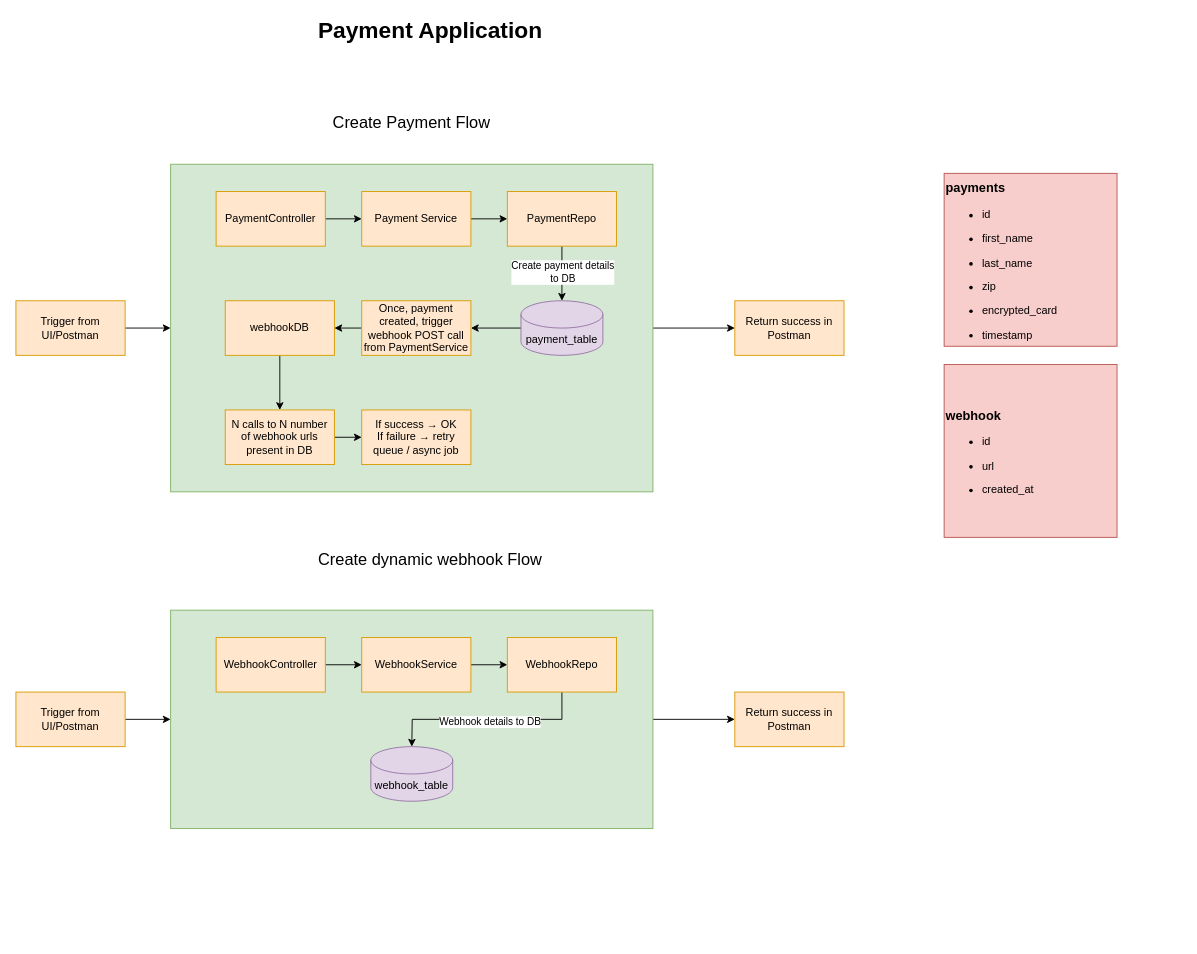
Above: Payment_Application_EzyCollect.drawio in PRIYADHARSHINI1911/Payment_Application (draw.io), before the change. Source tidied: cells renumbered, new cells numbered last; positions are measured from the earlier drawing's top-left corner, leaving out a move shared by most shapes. Both pictures are drawn from the tidied source at 91%, with x=0, y=0 at pixel (15, 15).
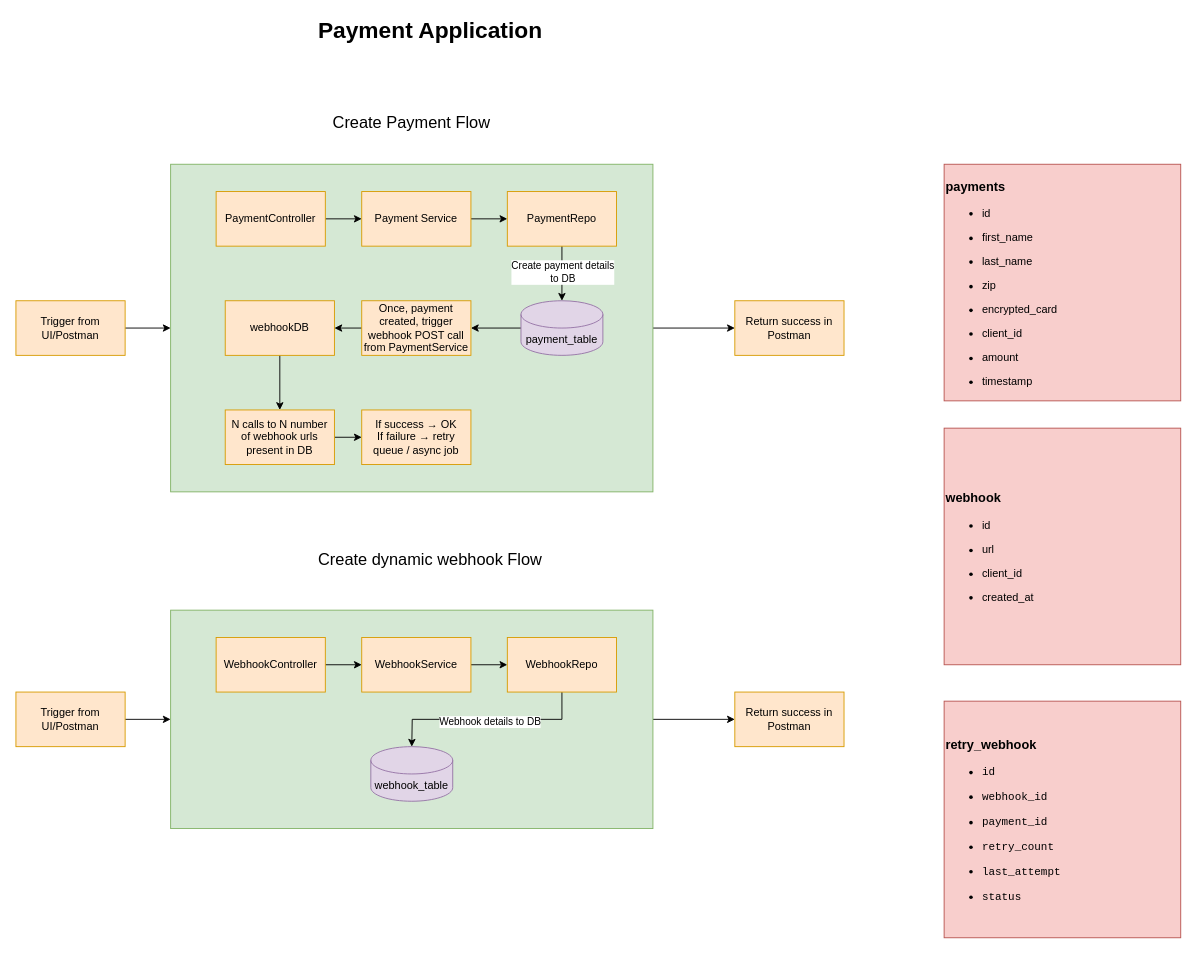
Above is the later version.

What changed in the source:
```diff
@@
-    <mxCell id="42" value="&lt;h3&gt;&lt;strong&gt;payments&lt;/strong&gt;&lt;/h3&gt;&lt;ul&gt;&lt;li&gt;&lt;p&gt;id&lt;/p&gt;&lt;/li&gt;&lt;li&gt;&lt;p&gt;first_name&lt;/p&gt;&lt;/li&gt;&lt;li&gt;&lt;p&gt;last_name&lt;/p&gt;&lt;/li&gt;&lt;li&gt;&lt;p&gt;zip&lt;/p&gt;&lt;/li&gt;&lt;li&gt;&lt;p&gt;encrypted_card&lt;/p&gt;&lt;/li&gt;&lt;li&gt;&lt;p&gt;timestamp&lt;/p&gt;&lt;/li&gt;&lt;/ul&gt;" style="whiteSpace=wrap;html=1;align=left;fillColor=#f8cecc;strokeColor=#b85450;" parent="1" vertex="1">
-      <mxGeometry x="1020" y="173" width="190" height="190" as="geometry" />
+    <mxCell id="42" value="&lt;h3&gt;&lt;strong&gt;payments&lt;/strong&gt;&lt;/h3&gt;&lt;ul&gt;&lt;li&gt;&lt;p&gt;id&lt;/p&gt;&lt;/li&gt;&lt;li&gt;&lt;p&gt;first_name&lt;/p&gt;&lt;/li&gt;&lt;li&gt;&lt;p&gt;last_name&lt;/p&gt;&lt;/li&gt;&lt;li&gt;&lt;p&gt;zip&lt;/p&gt;&lt;/li&gt;&lt;li&gt;&lt;p&gt;encrypted_card&lt;/p&gt;&lt;/li&gt;&lt;li&gt;&lt;p&gt;client_id&lt;/p&gt;&lt;/li&gt;&lt;li&gt;&lt;p&gt;amount&lt;/p&gt;&lt;/li&gt;&lt;li&gt;&lt;p&gt;timestamp&lt;/p&gt;&lt;/li&gt;&lt;/ul&gt;" style="whiteSpace=wrap;html=1;align=left;fillColor=#f8cecc;strokeColor=#b85450;" parent="1" vertex="1">
+      <mxGeometry x="1020" y="163" width="260" height="260" as="geometry" />
     </mxCell>
-    <mxCell id="43" value="&lt;h3&gt;&lt;strong&gt;webhook&lt;/strong&gt;&lt;/h3&gt;&lt;ul&gt;&lt;li&gt;&lt;p&gt;id&lt;/p&gt;&lt;/li&gt;&lt;li&gt;&lt;p&gt;url&lt;/p&gt;&lt;/li&gt;&lt;li&gt;&lt;p&gt;created_at&lt;/p&gt;&lt;/li&gt;&lt;/ul&gt;" style="whiteSpace=wrap;html=1;align=left;fillColor=#f8cecc;strokeColor=#b85450;" parent="1" vertex="1">
-      <mxGeometry x="1020" y="383" width="190" height="190" as="geometry" />
+    <mxCell id="43" value="&lt;h3&gt;&lt;strong&gt;webhook&lt;/strong&gt;&lt;/h3&gt;&lt;ul&gt;&lt;li&gt;&lt;p&gt;id&lt;/p&gt;&lt;/li&gt;&lt;li&gt;&lt;p&gt;url&lt;/p&gt;&lt;/li&gt;&lt;li&gt;&lt;p&gt;client_id&lt;/p&gt;&lt;/li&gt;&lt;li&gt;&lt;p&gt;created_at&lt;/p&gt;&lt;/li&gt;&lt;/ul&gt;" style="whiteSpace=wrap;html=1;align=left;fillColor=#f8cecc;strokeColor=#b85450;" parent="1" vertex="1">
+      <mxGeometry x="1020" y="453" width="260" height="260" as="geometry" />
     </mxCell>
+    <mxCell id="44" value="&lt;h3&gt;&lt;strong&gt;retry_webhook&lt;/strong&gt;&lt;/h3&gt;&lt;ul&gt;&lt;li&gt;&lt;p&gt;&lt;code&gt;id&lt;/code&gt;&lt;/p&gt;&lt;/li&gt;&lt;li&gt;&lt;p&gt;&lt;code&gt;webhook_id&lt;/code&gt;&lt;/p&gt;&lt;/li&gt;&lt;li&gt;&lt;p&gt;&lt;code&gt;payment_id&lt;/code&gt;&lt;/p&gt;&lt;/li&gt;&lt;li&gt;&lt;p&gt;&lt;code&gt;retry_count&lt;/code&gt;&lt;/p&gt;&lt;/li&gt;&lt;li&gt;&lt;p&gt;&lt;code&gt;last_attempt&lt;/code&gt;&lt;/p&gt;&lt;/li&gt;&lt;li&gt;&lt;p&gt;&lt;code&gt;status&lt;/code&gt;&lt;/p&gt;&lt;/li&gt;&lt;/ul&gt;" style="whiteSpace=wrap;html=1;align=left;fillColor=#f8cecc;strokeColor=#b85450;" parent="1" vertex="1">
+      <mxGeometry x="1020" y="753" width="260" height="260" as="geometry" />
+    </mxCell>
```
